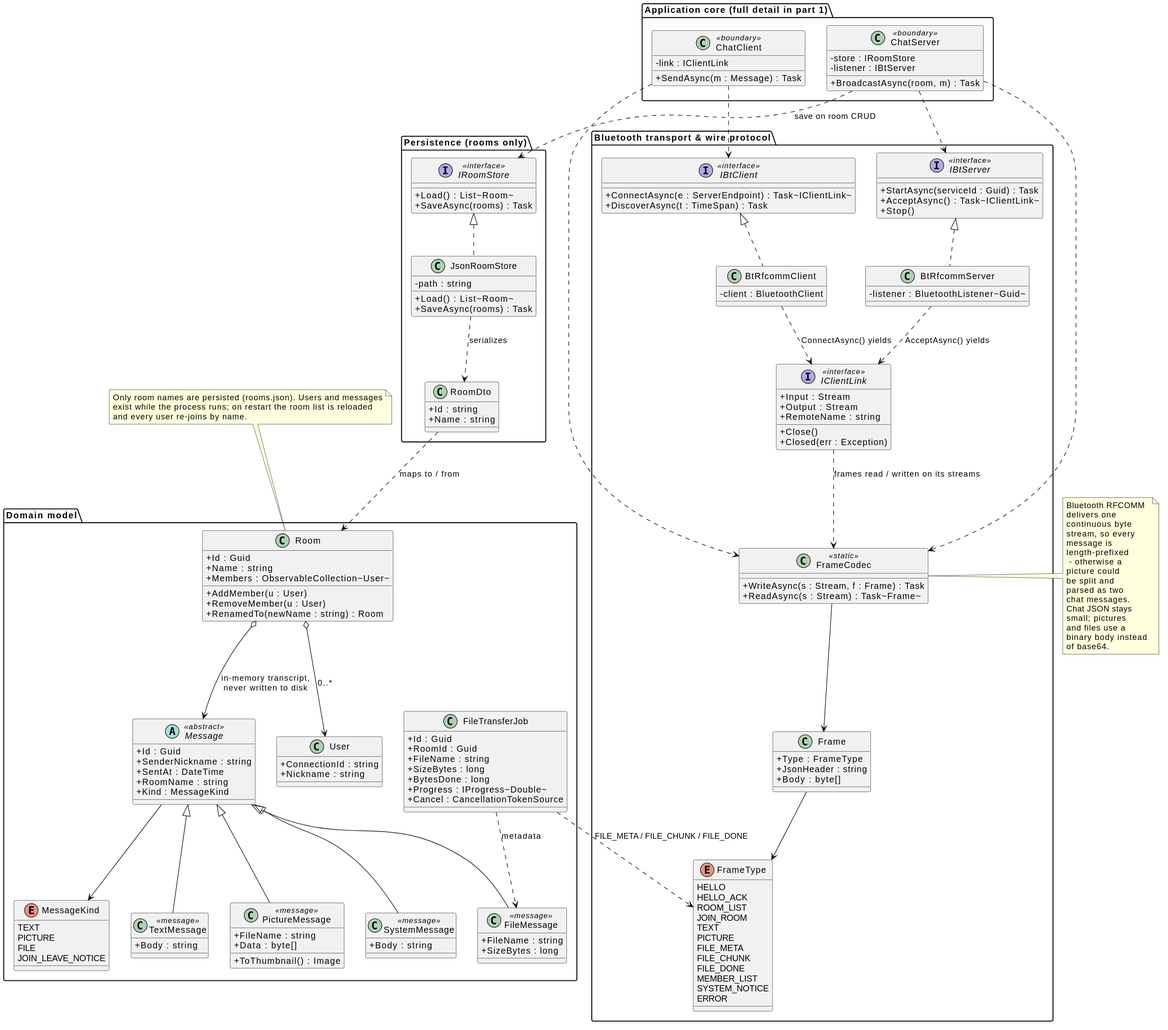
Earlier version of the PlantUML export docs/umls/svg/03-class-domain-transport.svg (fiefdx/Lantern).
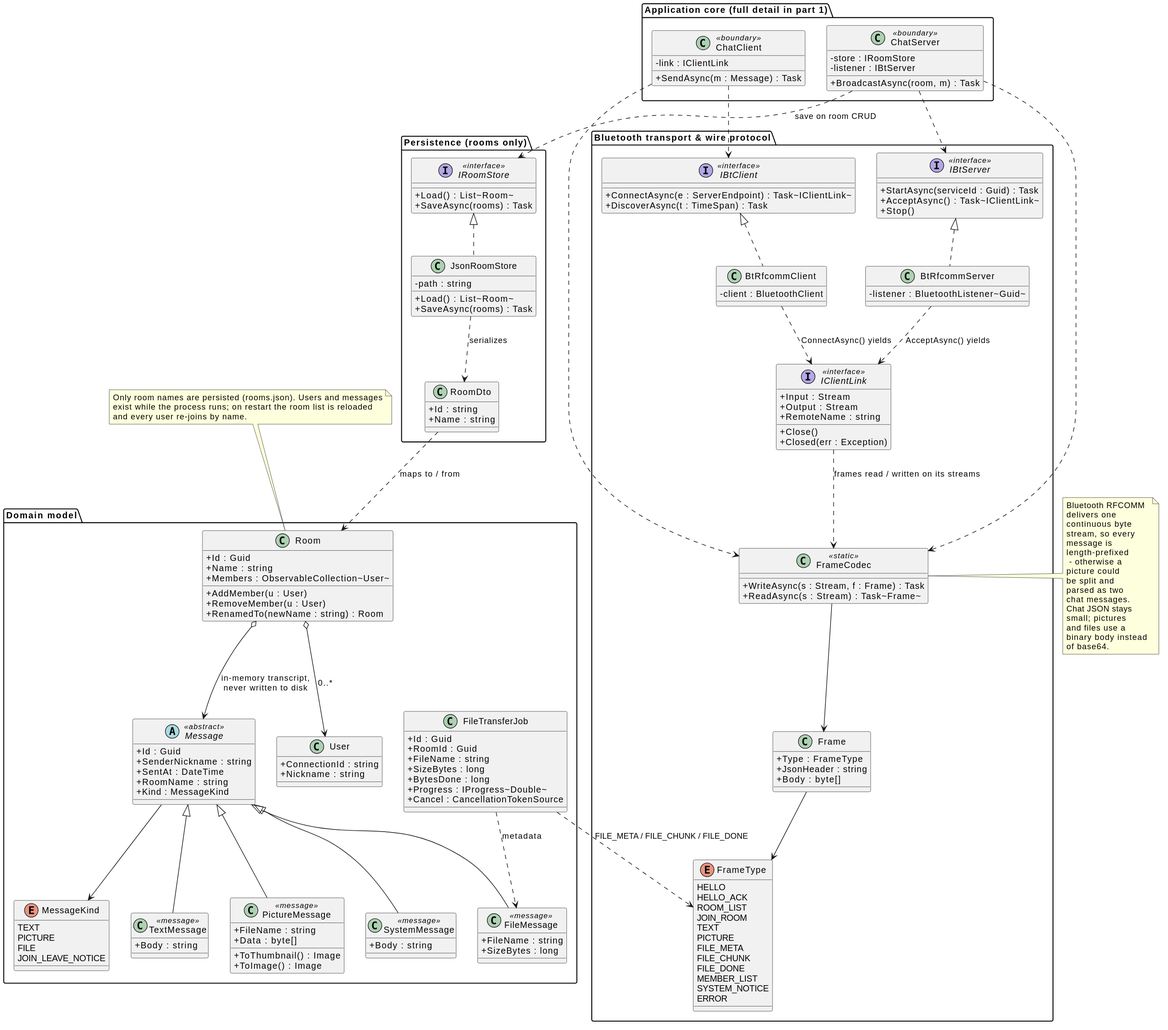
Above is the later version.

Diff of the diagram source:
```diff
@@ -17,6 +17,7 @@
     + FileName : string
     + Data : byte[]
     + ToThumbnail() : Image
+    + ToImage() : Image
   }
   class FileMessage <<message>> {
     + FileName : string
```
